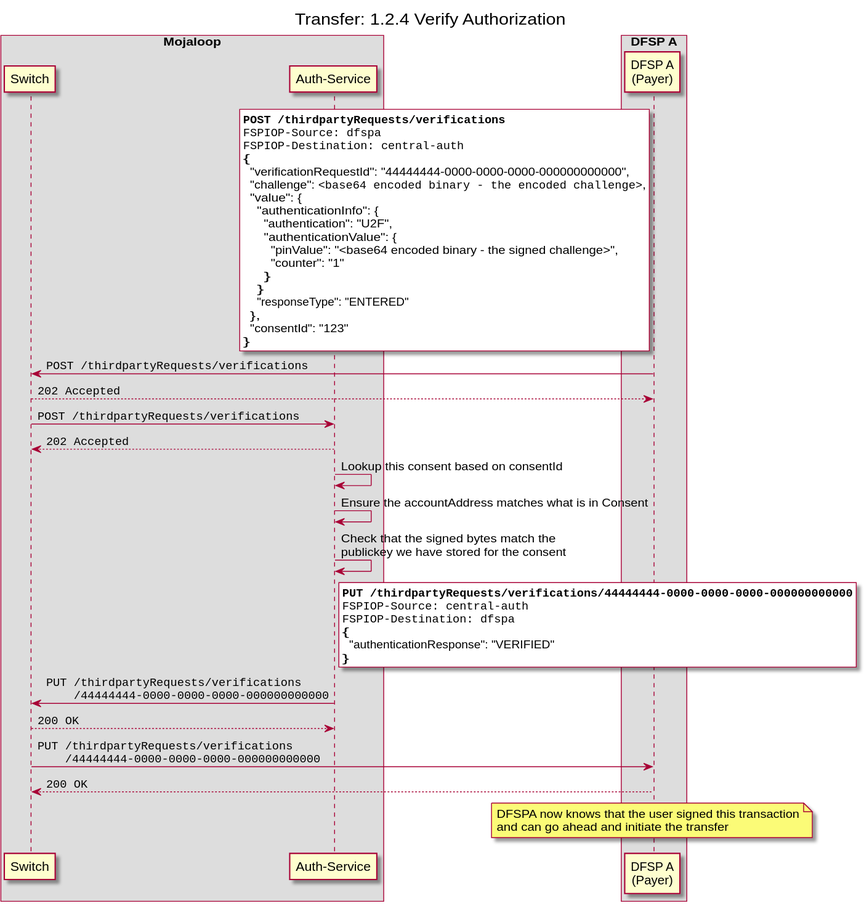
mojaloop/pisp-project keeps this PlantUML diagram as docs/out/transfer/1-2-4-verify-authorization.svg. Above is the earlier version. Its source is kept beside it as docs/transfer/1-2-4-verify-authorization.puml.
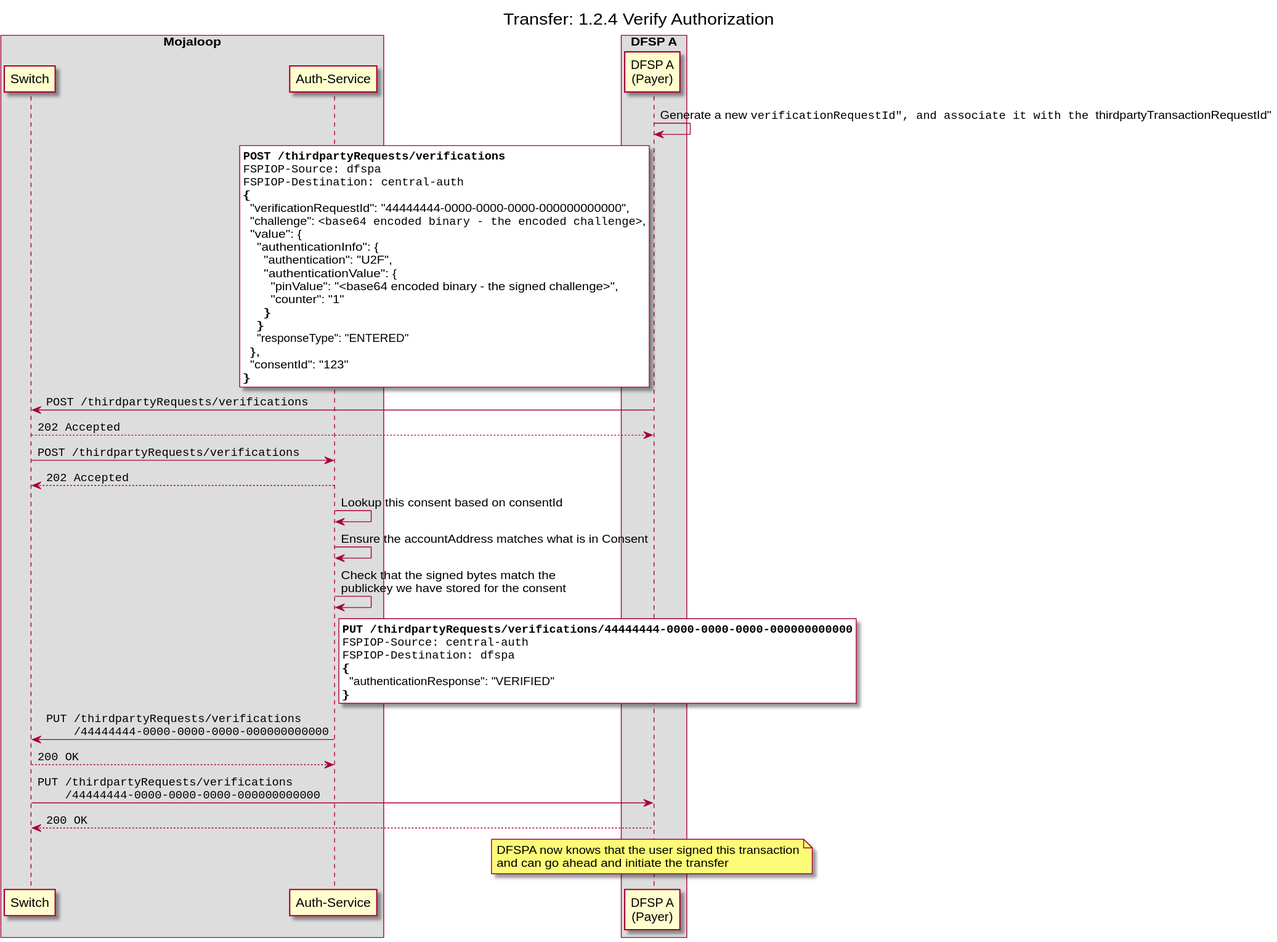
Above is the later version.

Change to the diagram source:
```diff
@@ -11,6 +11,8 @@
     participant "DFSP A\n(Payer)" as D2
 end box
 
+
+D2 -> D2: Generate a new ""verificationRequestId", and associate it with the ""thirdpartyTransactionRequestId"
 
 rnote left of D2 #Light
 **""POST /thirdpartyRequests/verifications""**
```
